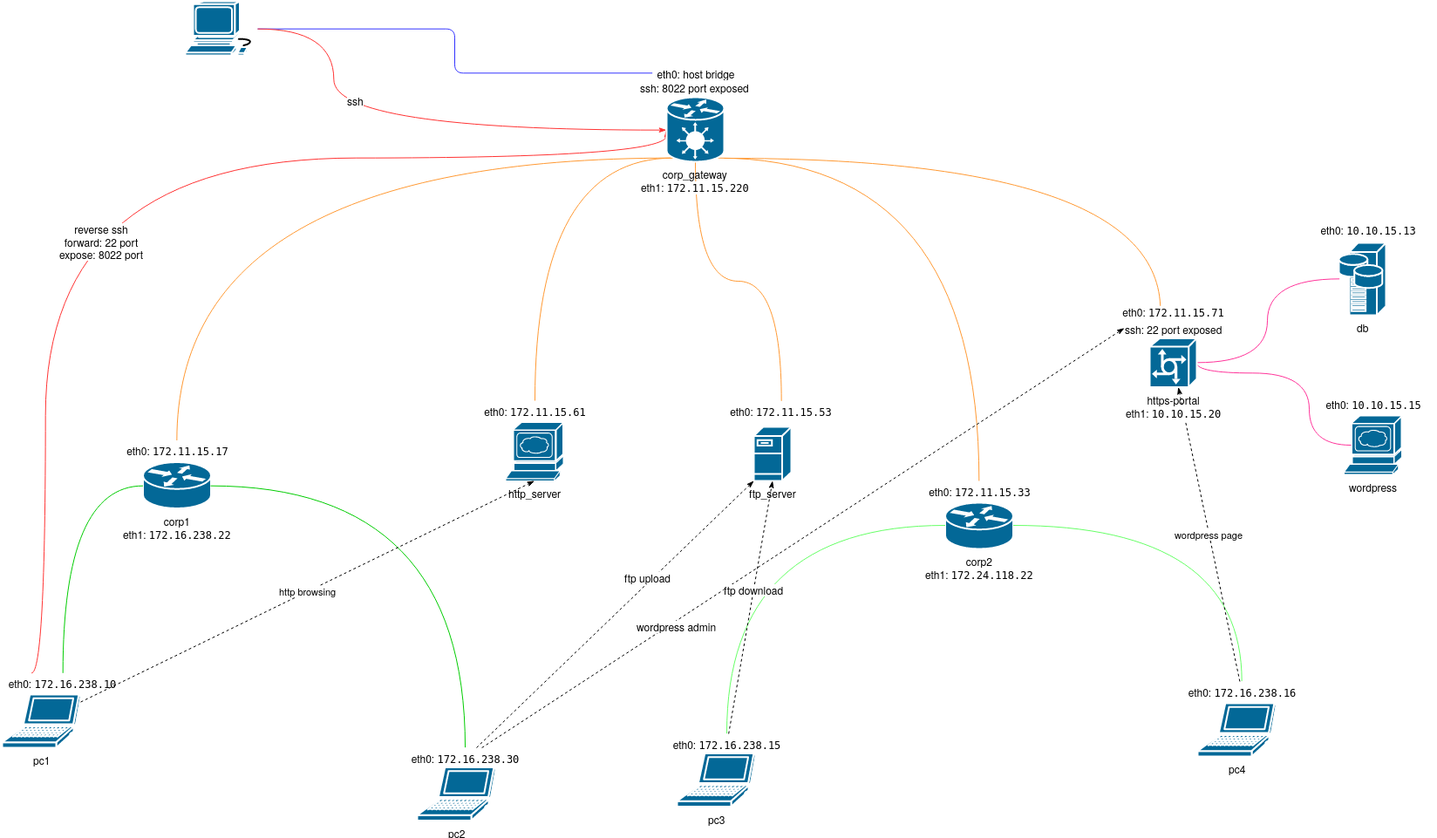
animant/ftilabs_comnetworks keeps this draw.io diagram as netscheme.png. Above is the earlier version. Source tidied: cells renumbered, new cells last; positions are measured from the earlier drawing's top-left corner, leaving out a move shared by most shapes.
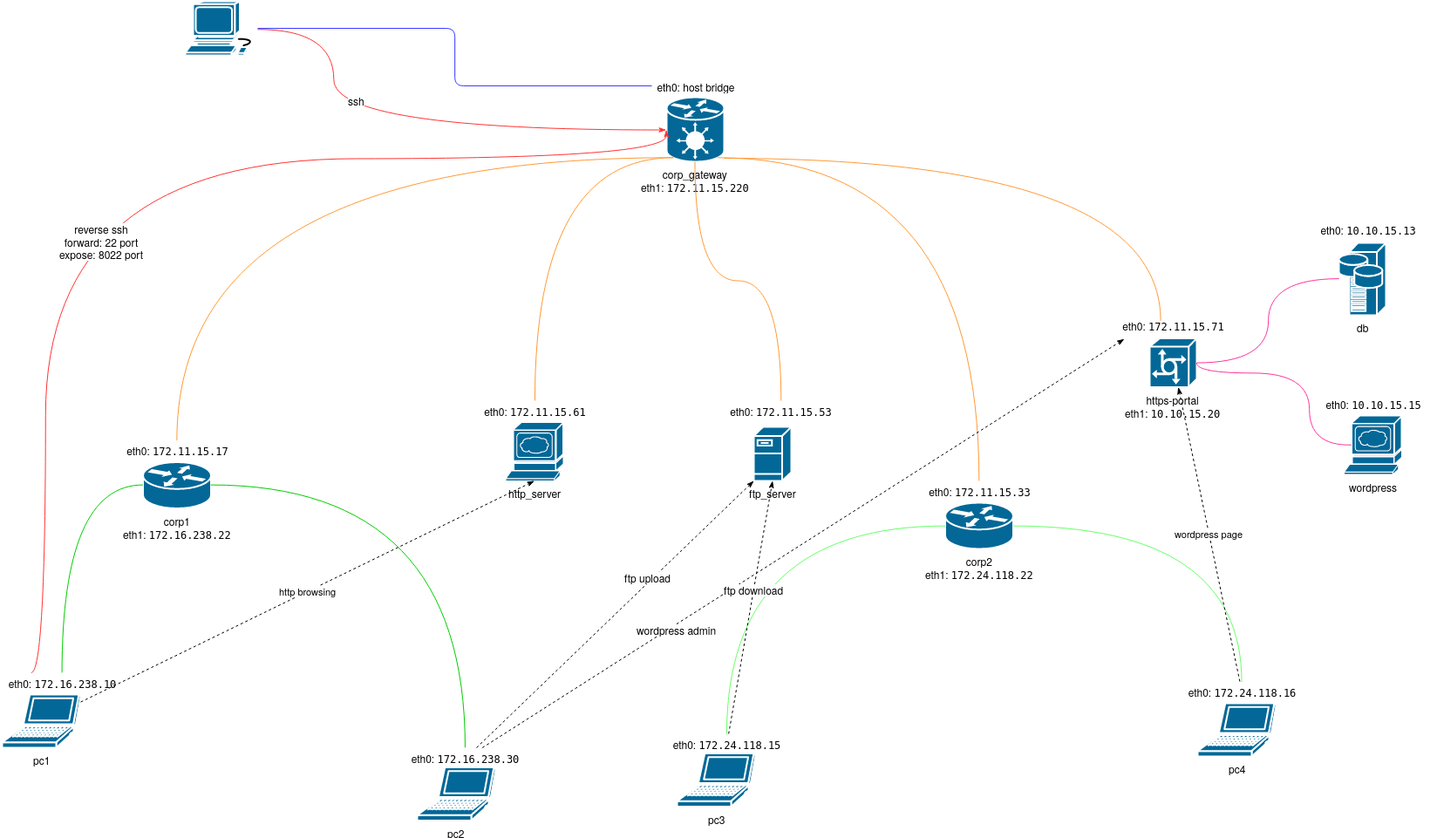
Later version of the same file.

Commit message:
v1.0.1: fix typo in network schemes

What changed in the source:
```diff
@@ -17,7 +17,7 @@
     <mxCell id="6" value="pc4" style="shape=mxgraph.cisco.computers_and_peripherals.laptop;html=1;dashed=0;fillColor=#036897;strokeColor=#ffffff;strokeWidth=2;verticalLabelPosition=bottom;verticalAlign=top;align=center;" parent="5" vertex="1">
       <mxGeometry x="20" y="25" width="90" height="61" as="geometry" />
     </mxCell>
-    <mxCell id="7" value="&lt;div&gt;eth0: &lt;span style=&quot;font-family: monospace&quot;&gt;&lt;span style=&quot;font-family: monospace&quot;&gt;&lt;span style=&quot;color: #000000 ; background-color: #ffffff&quot;&gt;172.16.238.16&lt;/span&gt;&lt;br&gt;&lt;/span&gt;&lt;/span&gt;&lt;/div&gt;" style="text;strokeColor=none;fillColor=none;html=1;whiteSpace=wrap;verticalAlign=middle;overflow=hidden;align=center;" parent="5" vertex="1">
+    <mxCell id="7" value="&lt;div&gt;eth0: &lt;span style=&quot;font-family: monospace&quot;&gt;&lt;span style=&quot;font-family: monospace&quot;&gt;&lt;span style=&quot;color: #000000 ; background-color: #ffffff&quot;&gt;172.24.118.16&lt;/span&gt;&lt;br&gt;&lt;/span&gt;&lt;/span&gt;&lt;/div&gt;" style="text;strokeColor=none;fillColor=none;html=1;whiteSpace=wrap;verticalAlign=middle;overflow=hidden;align=center;" parent="5" vertex="1">
       <mxGeometry width="142" height="25" as="geometry" />
     </mxCell>
     <mxCell id="8" style="group;" parent="1" vertex="1">
@@ -26,7 +26,7 @@
     <mxCell id="9" value="pc3" style="shape=mxgraph.cisco.computers_and_peripherals.laptop;html=1;dashed=0;fillColor=#036897;strokeColor=#ffffff;strokeWidth=2;verticalLabelPosition=bottom;verticalAlign=top;align=center;" parent="8" vertex="1">
       <mxGeometry x="14" y="22.5" width="90" height="61" as="geometry" />
     </mxCell>
-    <mxCell id="10" value="&lt;div&gt;eth0: &lt;span style=&quot;font-family: monospace&quot;&gt;&lt;span style=&quot;font-family: monospace&quot;&gt;&lt;span style=&quot;color: #000000 ; background-color: #ffffff&quot;&gt;172.16.238.15&lt;/span&gt;&lt;br&gt;&lt;/span&gt;&lt;/span&gt;&lt;/div&gt;" style="text;strokeColor=none;fillColor=none;html=1;whiteSpace=wrap;verticalAlign=middle;overflow=hidden;align=center;" parent="8" vertex="1">
+    <mxCell id="10" value="&lt;div&gt;eth0: &lt;span style=&quot;font-family: monospace&quot;&gt;&lt;span style=&quot;font-family: monospace&quot;&gt;&lt;span style=&quot;color: #000000 ; background-color: #ffffff&quot;&gt;172.24.118.15&lt;/span&gt;&lt;br&gt;&lt;/span&gt;&lt;/span&gt;&lt;/div&gt;" style="text;strokeColor=none;fillColor=none;html=1;whiteSpace=wrap;verticalAlign=middle;overflow=hidden;align=center;" parent="8" vertex="1">
       <mxGeometry width="142" height="25" as="geometry" />
     </mxCell>
     <mxCell id="11" style="group;" parent="1" vertex="1">
@@ -74,6 +74,15 @@
     <mxCell id="25" value="&lt;div&gt;eth0: &lt;span style=&quot;font-family: monospace&quot;&gt;&lt;span style=&quot;font-family: monospace&quot;&gt;&lt;span style=&quot;color: #000000 ; background-color: #ffffff&quot;&gt;172.11.15.53&lt;/span&gt;&lt;br&gt;&lt;/span&gt;&lt;/span&gt;&lt;/div&gt;" style="text;strokeColor=none;fillColor=none;html=1;whiteSpace=wrap;verticalAlign=middle;overflow=hidden;align=center;" parent="23" vertex="1">
       <mxGeometry width="146" height="25" as="geometry" />
     </mxCell>
+    <mxCell id="64" style="group;" parent="1" vertex="1">
+      <mxGeometry x="1272" y="360" width="146" height="82.5" as="geometry" />
+    </mxCell>
+    <mxCell id="58" value="&lt;div&gt;https-portal&lt;/div&gt;&lt;div&gt;eth1: &lt;span style=&quot;font-family: monospace&quot;&gt;&lt;span style=&quot;color: #000000 ; background-color: #ffffff&quot;&gt;10.10.15.20&lt;/span&gt;&lt;br&gt;&lt;/span&gt;&lt;/div&gt;" style="shape=mxgraph.cisco.servers.communications_server;html=1;dashed=0;fillColor=#036897;strokeColor=#ffffff;strokeWidth=2;verticalLabelPosition=bottom;verticalAlign=top;align=center;outlineConnect=0;" parent="64" vertex="1">
+      <mxGeometry x="46" y="26.5" width="54" height="56" as="geometry" />
+    </mxCell>
+    <mxCell id="59" value="&lt;div&gt;eth0: &lt;span style=&quot;font-family: monospace&quot;&gt;&lt;span style=&quot;font-family: monospace&quot;&gt;&lt;span style=&quot;font-family: monospace&quot;&gt;&lt;span style=&quot;color: #000000 ; background-color: #ffffff&quot;&gt;172.11.15.71&lt;/span&gt;&lt;br&gt;&lt;/span&gt;&lt;/span&gt;&lt;/span&gt;&lt;/div&gt;" style="text;strokeColor=none;fillColor=none;html=1;whiteSpace=wrap;verticalAlign=middle;overflow=hidden;align=center;" parent="64" vertex="1">
+      <mxGeometry width="146" height="25" as="geometry" />
+    </mxCell>
     <mxCell id="26" style="group;" parent="1" vertex="1">
       <mxGeometry x="1501" y="450.5" width="146" height="92" as="geometry" />
     </mxCell>
@@ -92,6 +101,15 @@
     <mxCell id="31" value="&lt;div&gt;eth0: &lt;span style=&quot;font-family: monospace&quot;&gt;&lt;span style=&quot;font-family: monospace&quot;&gt;&lt;span style=&quot;font-family: monospace&quot;&gt;&lt;span style=&quot;color: #000000 ; background-color: #ffffff&quot;&gt;&lt;span style=&quot;font-family: monospace&quot;&gt;&lt;span style=&quot;color: #000000 ; background-color: #ffffff&quot;&gt;10.10.15.13&lt;/span&gt;&lt;br&gt;&lt;/span&gt;&lt;/span&gt;&lt;/span&gt;&lt;/span&gt;&lt;/span&gt;&lt;/div&gt;" style="text;strokeColor=none;fillColor=none;html=1;whiteSpace=wrap;verticalAlign=middle;overflow=hidden;align=center;" parent="29" vertex="1">
       <mxGeometry width="146" height="25" as="geometry" />
     </mxCell>
+    <mxCell id="65" style="group;" parent="1" vertex="1">
+      <mxGeometry x="747" y="85" width="100" height="99" as="geometry" />
+    </mxCell>
+    <mxCell id="61" value="&lt;div&gt;corp_gateway&lt;/div&gt;&lt;div&gt;eth1: &lt;span style=&quot;font-family: monospace&quot;&gt;&lt;span style=&quot;color: #000000 ; background-color: #ffffff&quot;&gt;172.11.15.220&lt;/span&gt;&lt;br&gt;&lt;/span&gt;&lt;/div&gt;" style="shape=mxgraph.cisco.hubs_and_gateways.generic_gateway;html=1;dashed=0;fillColor=#036897;strokeColor=#ffffff;strokeWidth=2;verticalLabelPosition=bottom;verticalAlign=top;align=center;outlineConnect=0;" parent="65" vertex="1">
+      <mxGeometry x="17" y="25" width="66" height="74" as="geometry" />
+    </mxCell>
+    <mxCell id="62" value="&lt;div&gt;eth0: host bridge&lt;br&gt;&lt;/div&gt;" style="text;strokeColor=none;fillColor=none;html=1;whiteSpace=wrap;verticalAlign=middle;overflow=hidden;align=center;" parent="65" vertex="1">
+      <mxGeometry width="100" height="25" as="geometry" />
+    </mxCell>
     <mxCell id="32" style="edgeStyle=orthogonalEdgeStyle;jettySize=auto;html=1;entryX=0.5;entryY=0;entryDx=0;entryDy=0;endArrow=none;endFill=0;strokeColor=#FF9933;curved=1;" parent="1" edge="1" source="61" target="25">
       <mxGeometry relative="1" as="geometry" />
     </mxCell>
@@ -190,26 +208,5 @@
     <mxCell id="56" value="wordpress page" style="edgeStyle=none;rounded=0;jumpStyle=none;jettySize=auto;html=1;dashed=1;endArrow=classicThin;endFill=1;strokeColor=#000000;" parent="1" edge="1" source="7" target="58">
       <mxGeometry relative="1" as="geometry" />
     </mxCell>
-    <mxCell id="57" style="group;" parent="1" vertex="1">
-      <mxGeometry x="1272" y="347.5" width="146" height="95" as="geometry" />
-    </mxCell>
-    <mxCell id="58" value="&lt;div&gt;https-portal&lt;/div&gt;&lt;div&gt;eth1: &lt;span style=&quot;font-family: monospace&quot;&gt;&lt;span style=&quot;color: #000000 ; background-color: #ffffff&quot;&gt;10.10.15.20&lt;/span&gt;&lt;br&gt;&lt;/span&gt;&lt;/div&gt;" style="shape=mxgraph.cisco.servers.communications_server;html=1;dashed=0;fillColor=#036897;strokeColor=#ffffff;strokeWidth=2;verticalLabelPosition=bottom;verticalAlign=top;align=center;outlineConnect=0;" parent="57" vertex="1">
-      <mxGeometry x="46" y="39" width="54" height="56" as="geometry" />
-    </mxCell>
-    <mxCell id="59" value="&lt;div&gt;eth0: &lt;span style=&quot;font-family: monospace&quot;&gt;&lt;span style=&quot;font-family: monospace&quot;&gt;&lt;span style=&quot;font-family: monospace&quot;&gt;&lt;span style=&quot;color: #000000 ; background-color: #ffffff&quot;&gt;172.11.15.71&lt;/span&gt;&lt;br&gt;&lt;/span&gt;&lt;/span&gt;&lt;/span&gt;&lt;/div&gt;&lt;div&gt;&lt;br&gt;&lt;/div&gt;&lt;div&gt;ssh: 22 port exposed&lt;br&gt;&lt;/div&gt;" style="text;strokeColor=none;fillColor=none;html=1;whiteSpace=wrap;verticalAlign=middle;overflow=hidden;align=center;" parent="57" vertex="1">
-      <mxGeometry width="146" height="25" as="geometry" />
-    </mxCell>
-    <mxCell id="60" value="ssh: 22 port exposed" style="text;html=1;align=left;verticalAlign=top;spacingTop=-4;" parent="57" vertex="1">
-      <mxGeometry x="16" y="19" width="130" height="20" as="geometry" />
-    </mxCell>
-    <mxCell id="61" value="&lt;div&gt;corp_gateway&lt;/div&gt;&lt;div&gt;eth1: &lt;span style=&quot;font-family: monospace&quot;&gt;&lt;span style=&quot;color: #000000 ; background-color: #ffffff&quot;&gt;172.11.15.220&lt;/span&gt;&lt;br&gt;&lt;/span&gt;&lt;/div&gt;" style="shape=mxgraph.cisco.hubs_and_gateways.generic_gateway;html=1;dashed=0;fillColor=#036897;strokeColor=#ffffff;strokeWidth=2;verticalLabelPosition=bottom;verticalAlign=top;align=center;outlineConnect=0;" parent="1" vertex="1">
-      <mxGeometry x="764" y="110" width="66" height="74" as="geometry" />
-    </mxCell>
-    <mxCell id="62" value="&lt;div&gt;eth0: host bridge&lt;br&gt;&lt;/div&gt;" style="text;strokeColor=none;fillColor=none;html=1;whiteSpace=wrap;verticalAlign=middle;overflow=hidden;align=center;" parent="1" vertex="1">
-      <mxGeometry x="747" y="70" width="100" height="25" as="geometry" />
-    </mxCell>
-    <mxCell id="63" value="ssh: 8022 port exposed" style="text;html=1;align=left;verticalAlign=top;spacingTop=-4;" parent="1" vertex="1">
-      <mxGeometry x="732" y="90" width="140" height="20" as="geometry" />
-    </mxCell>
   </root>
 </mxGraphModel>
```
